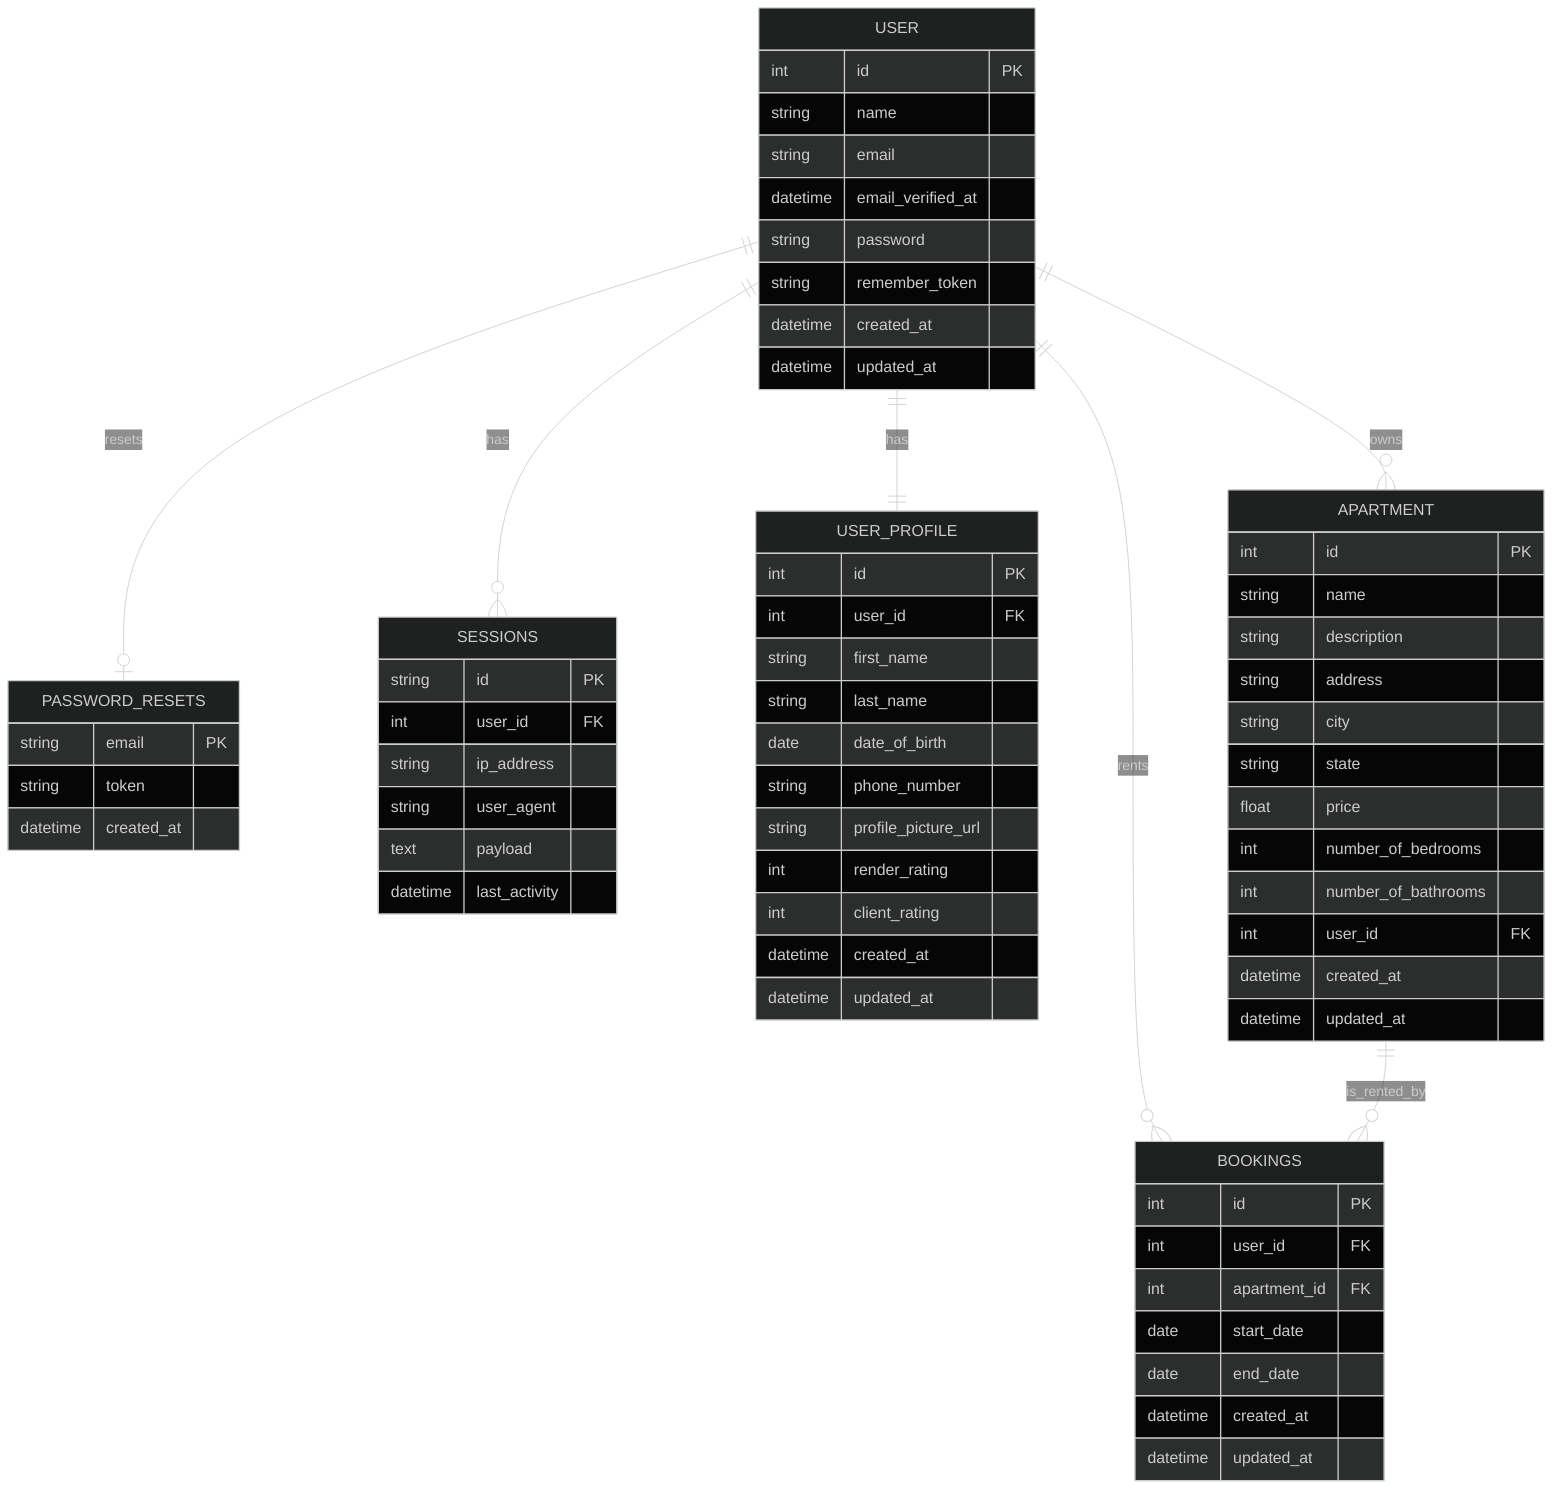
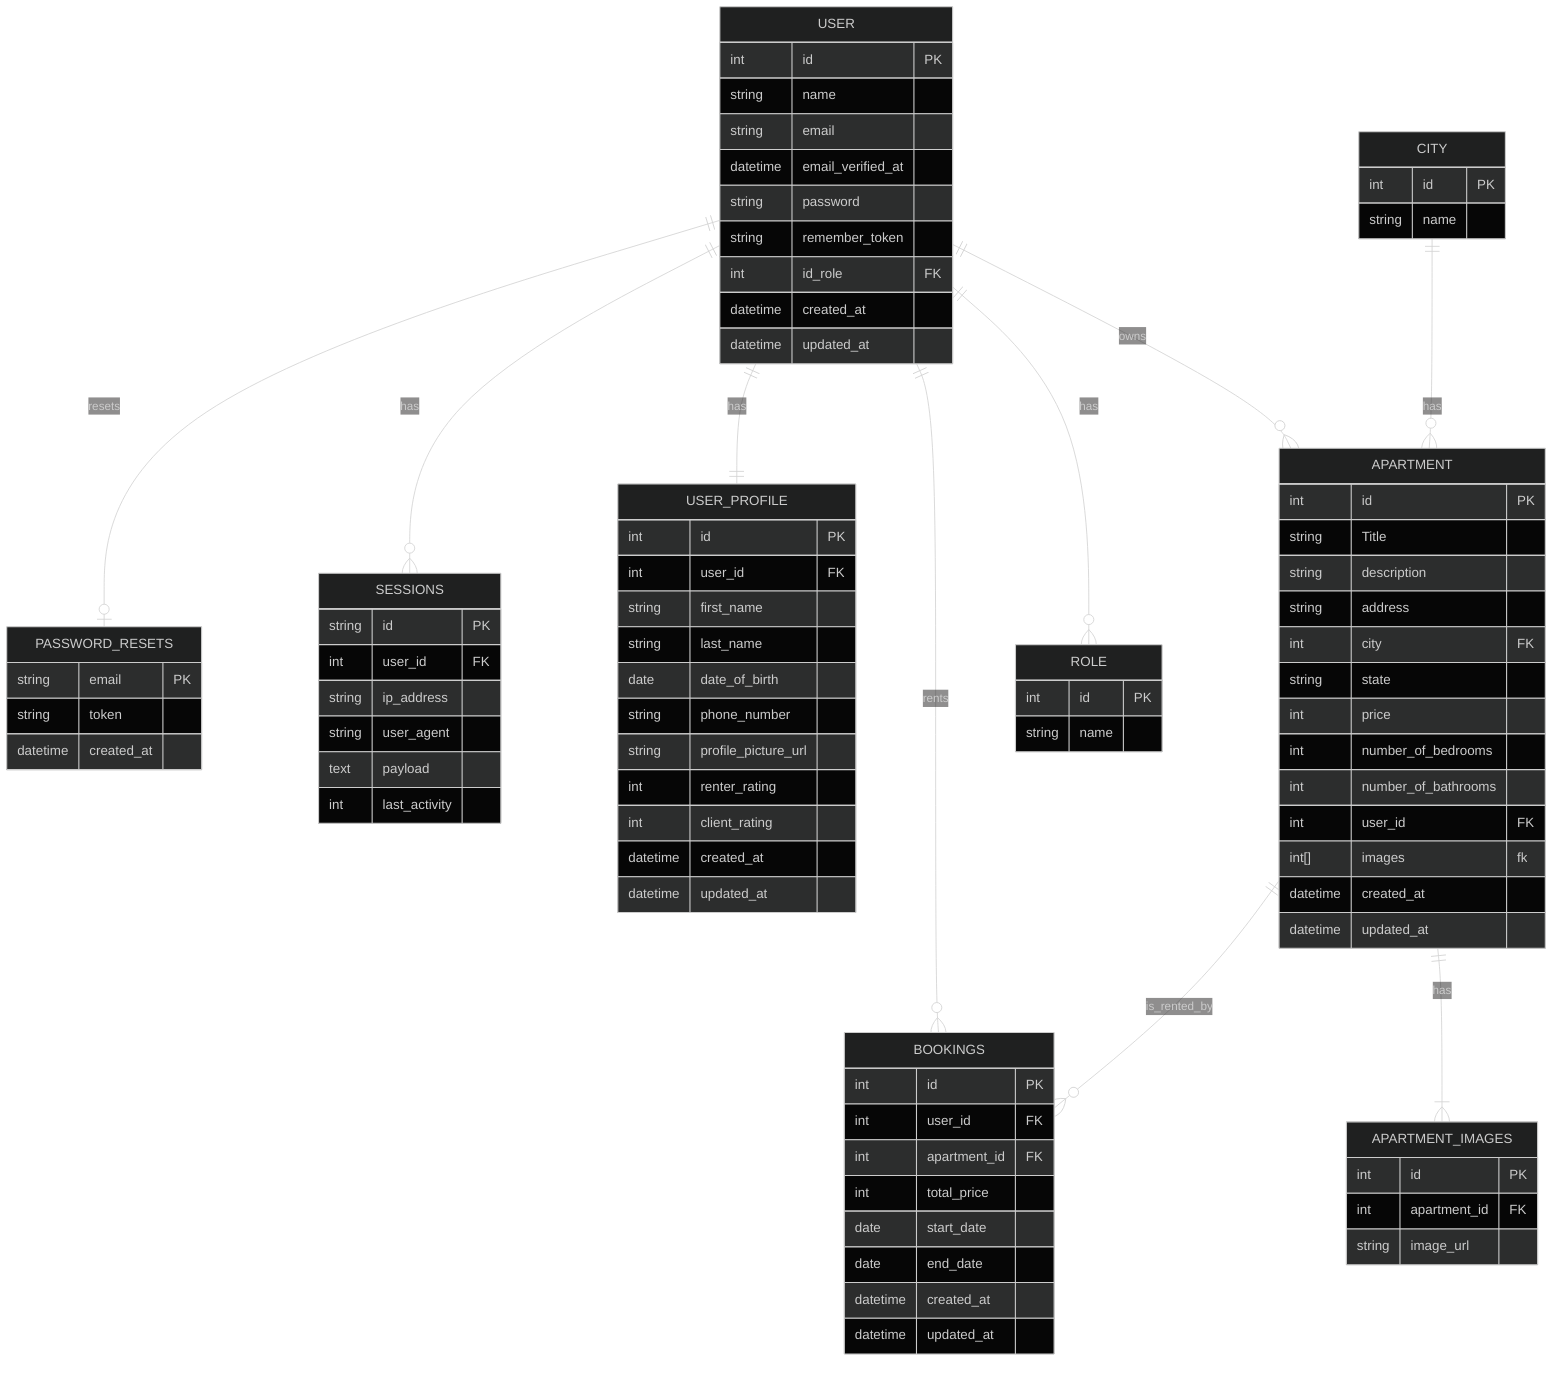
%%{init: {'theme':'dark'}}%%

erDiagram

USER {
    int id PK
    string name
    string email
    datetime email_verified_at
    string password
    string remember_token
+     int id_role FK
    datetime created_at
    datetime updated_at
}

PASSWORD_RESETS {
    string email PK
    string token
    datetime created_at
}

SESSIONS {
    string id PK
    int user_id FK
    string ip_address
    string user_agent
    text payload
-     datetime last_activity
+     int last_activity
}

USER ||--o{ SESSIONS : has
USER ||--o| PASSWORD_RESETS : resets

USER_PROFILE {
    int id PK
    int user_id FK
    string first_name
    string last_name
     date date_of_birth
    string phone_number
    string profile_picture_url
-     int render_rating
+     int renter_rating
    int client_rating
    datetime created_at
    datetime updated_at
}

USER ||--|| USER_PROFILE : has

APARTMENT {
    int id PK
-     string name
+     string Title
    string description
    string address
-     string city
+     int city FK
    string state
-     float price
+     int price
    int number_of_bedrooms
    int number_of_bathrooms
    int user_id FK
+     int[] images fk
    datetime created_at
    datetime updated_at
}

USER ||--o{ APARTMENT : owns

BOOKINGS {
    int id PK
    int user_id FK
    int apartment_id FK
+     int total_price
    date start_date
    date end_date
    datetime created_at
    datetime updated_at
}

USER ||--o{ BOOKINGS : rents
APARTMENT ||--o{ BOOKINGS : is_rented_by
+ 
+ CITY {
+     int id PK
+     string name
+ }
+ 
+ CITY ||--o{ APARTMENT : has
+ 
+ ROLE {
+     int id PK
+     string name
+ }
+ USER ||--o{ ROLE : has
+ 
+ APARTMENT_IMAGES {
+     int id PK
+     int apartment_id FK
+     string image_url
+ }
+ 
+ APARTMENT ||--|{ APARTMENT_IMAGES : has